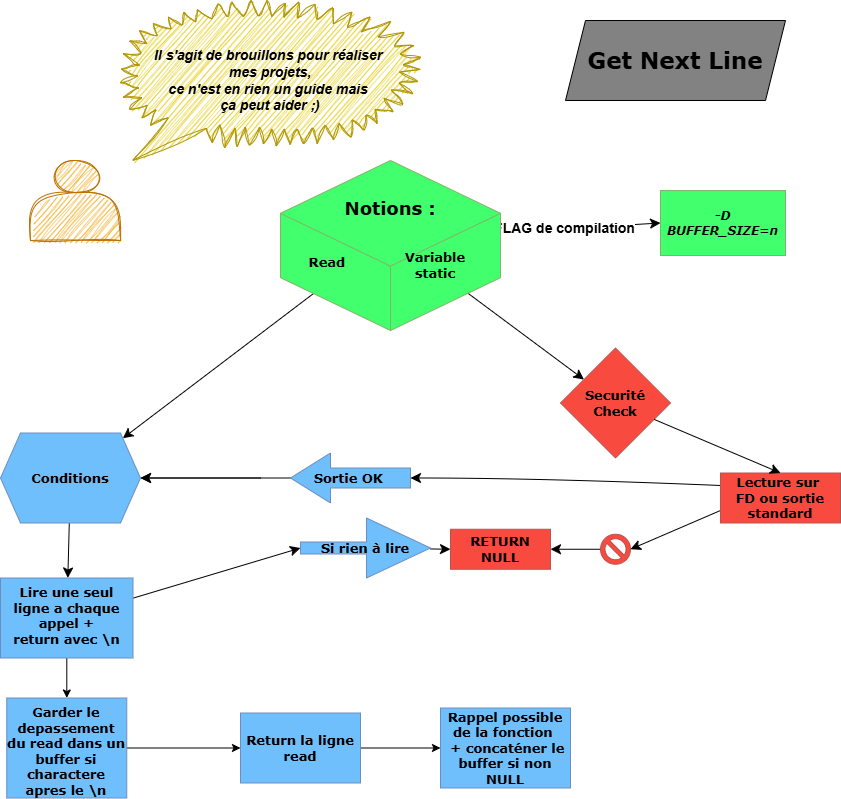
Before: getnext.drawio.png, a diagram exported from draw.io (Lyricallll/get_next_line). Source tidied: cells renumbered, new cells last; positions are measured from the earlier drawing's top-left corner, leaving out a move shared by most shapes.
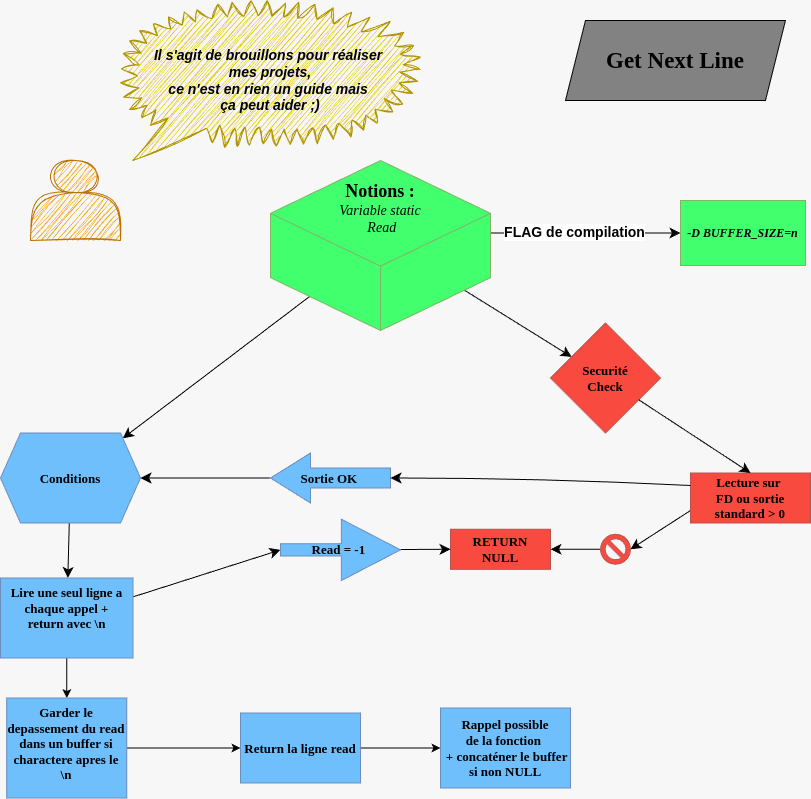
The same file after the commit.

Diff of the diagram source:
```diff
@@ -1,22 +1,22 @@
-<mxGraphModel>
+<mxGraphModel background="#F7F7F7">
   <root>
     <mxCell id="0" />
     <mxCell id="1" parent="0" />
-    <mxCell id="2" style="edgeStyle=none;curved=1;rounded=0;jettySize=auto;html=1;fontSize=12;startSize=8;endSize=8;exitX=0.866;exitY=0.824;exitDx=0;exitDy=0;exitPerimeter=0;fontFamily=Verdana;" parent="1" edge="1" target="5">
-      <mxGeometry relative="1" as="geometry">
-        <mxPoint x="460.5" y="287.6" as="sourcePoint" />
-      </mxGeometry>
-    </mxCell>
-    <mxCell id="3" style="edgeStyle=none;curved=1;rounded=0;jettySize=auto;html=1;fontSize=12;startSize=8;endSize=8;exitX=0.224;exitY=0.828;exitDx=0;exitDy=0;exitPerimeter=0;fontFamily=Verdana;" parent="1" edge="1" target="7">
-      <mxGeometry relative="1" as="geometry">
-        <mxPoint x="319.3" y="288.3" as="sourcePoint" />
-      </mxGeometry>
-    </mxCell>
+    <mxCell id="36" style="edgeStyle=none;curved=1;rounded=0;jettySize=auto;html=1;fontSize=12;startSize=8;endSize=8;exitX=0.866;exitY=0.824;exitDx=0;exitDy=0;exitPerimeter=0;fontFamily=Verdana;" parent="1" edge="1" target="5">
+      <mxGeometry relative="1" as="geometry">
+        <mxPoint x="460.5" y="287.6" as="sourcePoint" />
+      </mxGeometry>
+    </mxCell>
+    <mxCell id="37" style="edgeStyle=none;curved=1;rounded=0;jettySize=auto;html=1;fontSize=12;startSize=8;endSize=8;exitX=0.224;exitY=0.828;exitDx=0;exitDy=0;exitPerimeter=0;fontFamily=Verdana;" parent="1" edge="1" target="7">
+      <mxGeometry relative="1" as="geometry">
+        <mxPoint x="319.3" y="288.3" as="sourcePoint" />
+      </mxGeometry>
+    </mxCell>
     <mxCell id="4" value="Get Next Line" style="shape=parallelogram;perimeter=parallelogramPerimeter;whiteSpace=wrap;html=1;fixedSize=1;fontStyle=1;fontSize=23;fillColor=#828282;fontFamily=Verdana;" parent="1" vertex="1">
       <mxGeometry x="565" y="20" width="220" height="80" as="geometry" />
     </mxCell>
     <mxCell id="5" value="Securité&lt;div&gt;Check&lt;/div&gt;" style="rhombus;whiteSpace=wrap;html=1;fontSize=13;fontFamily=Verdana;verticalAlign=middle;fillColor=#F84A3E;fontStyle=1;startSize=26;swimlaneFillColor=#ffffff;rounded=0;shadow=0;comic=0;labelBackgroundColor=none;strokeWidth=1;strokeColor=#b85450;" parent="1" vertex="1">
-      <mxGeometry x="560" y="347.5" width="110" height="110" as="geometry" />
+      <mxGeometry x="550" y="322.5" width="110" height="110" as="geometry" />
     </mxCell>
     <mxCell id="6" style="edgeStyle=none;curved=1;rounded=0;jettySize=auto;html=1;fontSize=12;startSize=8;endSize=8;fontFamily=Verdana;" parent="1" edge="1" source="7" target="16">
       <mxGeometry relative="1" as="geometry" />
@@ -24,83 +24,77 @@
     <mxCell id="7" value="Conditions" style="shape=hexagon;perimeter=hexagonPerimeter2;whiteSpace=wrap;html=1;fixedSize=1;fontSize=13;fontFamily=Verdana;verticalAlign=middle;fillColor=#6FBFFC;fontStyle=1;startSize=26;swimlaneFillColor=#ffffff;rounded=0;shadow=0;comic=0;labelBackgroundColor=none;strokeWidth=1;strokeColor=#6c8ebf;" parent="1" vertex="1">
       <mxGeometry y="432.5" width="140" height="90" as="geometry" />
     </mxCell>
-    <mxCell id="8" style="edgeStyle=none;curved=1;rounded=0;jettySize=auto;html=1;fontSize=12;startSize=8;endSize=8;fontFamily=Verdana;strokeColor=default;entryX=0;entryY=0.5;entryDx=0;entryDy=0;" parent="1" edge="1" target="24">
-      <mxGeometry relative="1" as="geometry">
-        <mxPoint x="490" y="232.5" as="sourcePoint" />
-      </mxGeometry>
-    </mxCell>
+    <mxCell id="38" style="edgeStyle=none;curved=1;rounded=0;jettySize=auto;html=1;fontSize=12;startSize=8;endSize=8;fontFamily=Verdana;strokeColor=default;entryX=0;entryY=0.5;entryDx=0;entryDy=0;" parent="1" edge="1" target="24">
+      <mxGeometry relative="1" as="geometry">
+        <mxPoint x="490" y="232.5" as="sourcePoint" />
+      </mxGeometry>
+    </mxCell>
-    <mxCell id="9" value="&lt;b&gt;&lt;font style=&quot;font-size: 14px;&quot;&gt;FLAG de compilation&lt;/font&gt;&lt;/b&gt;" style="edgeLabel;html=1;align=center;verticalAlign=middle;" parent="8" vertex="1">
+    <mxCell id="9" value="&lt;b&gt;&lt;font style=&quot;font-size: 14px;&quot;&gt;FLAG de compilation&lt;/font&gt;&lt;/b&gt;" style="edgeLabel;html=1;align=center;verticalAlign=middle;" parent="38" vertex="1">
       <mxGeometry x="-0.13" y="1" relative="1" as="geometry" />
     </mxCell>
-    <mxCell id="10" value="&lt;div&gt;&lt;span style=&quot;font-size: 13px; text-wrap: nowrap; background-color: initial;&quot;&gt;&lt;br&gt;&lt;/span&gt;&lt;/div&gt;&lt;div&gt;&lt;span style=&quot;font-size: 13px; text-wrap: nowrap; background-color: initial;&quot;&gt;&lt;br&gt;&lt;/span&gt;&lt;/div&gt;&lt;div&gt;&lt;font style=&quot;font-size: 18px;&quot;&gt;&lt;span style=&quot;text-wrap: nowrap; background-color: initial;&quot;&gt;Notions :&lt;/span&gt;&lt;br&gt;&lt;/font&gt;&lt;/div&gt;&lt;div&gt;&lt;span style=&quot;font-size: 13px; text-wrap: nowrap; background-color: initial;&quot;&gt;&lt;br&gt;&lt;/span&gt;&lt;/div&gt;&lt;div&gt;&lt;span style=&quot;font-size: 13px; text-wrap: nowrap; background-color: initial;&quot;&gt;&lt;br&gt;&lt;/span&gt;&lt;/div&gt;&lt;div&gt;&lt;br&gt;&lt;/div&gt;&lt;div style=&quot;text-align: left;&quot;&gt;&lt;br&gt;&lt;/div&gt;" style="html=1;whiteSpace=wrap;shape=isoCube2;backgroundOutline=1;isoAngle=15;verticalAlign=top;fillColor=#42FF6E;strokeColor=#82b366;fontFamily=Verdana;fontStyle=1;" parent="1" vertex="1">
-      <mxGeometry x="280" y="160" width="220" height="170" as="geometry" />
-    </mxCell>
-    <mxCell id="11" value="&amp;nbsp; &amp;nbsp; &amp;nbsp; &amp;nbsp; Read" style="text;html=1;strokeColor=none;fillColor=none;align=left;verticalAlign=top;spacingLeft=1;spacingRight=4;whiteSpace=wrap;overflow=hidden;fontStyle=1;fontSize=13;spacingBottom=0;flipV=0;flipH=0;direction=west;fontFamily=Verdana;horizontal=1;" parent="1" vertex="1">
-      <mxGeometry x="270" y="247.5" width="110" height="30" as="geometry" />
-    </mxCell>
-    <mxCell id="12" value="Variable static&lt;br&gt;&#9;&#9;&lt;br&gt;" style="text;strokeColor=none;fillColor=none;align=center;verticalAlign=top;spacingLeft=4;spacingRight=4;whiteSpace=wrap;overflow=hidden;fontStyle=1;fontSize=13;fontFamily=Verdana;direction=west;html=1;" parent="1" vertex="1">
-      <mxGeometry x="380" y="242.5" width="110" height="145" as="geometry" />
-    </mxCell>
+    <mxCell id="39" value="&lt;div&gt;&lt;br&gt;&lt;/div&gt;&lt;div style=&quot;&quot;&gt;&lt;font style=&quot;font-size: 18px;&quot;&gt;Notions :&lt;/font&gt;&lt;/div&gt;&lt;div&gt;&lt;div style=&quot;text-align: left;&quot;&gt;&lt;span style=&quot;background-color: initial; font-weight: normal;&quot;&gt;&lt;i&gt;&lt;font style=&quot;font-size: 14px;&quot;&gt;Variable static&lt;/font&gt;&lt;/i&gt;&lt;/span&gt;&lt;/div&gt;&lt;/div&gt;&lt;div style=&quot;text-align: left;&quot;&gt;&lt;span style=&quot;background-color: initial; font-weight: normal;&quot;&gt;&lt;i&gt;&lt;font style=&quot;font-size: 14px;&quot;&gt;&amp;nbsp; &amp;nbsp; &amp;nbsp; &amp;nbsp; Read&lt;/font&gt;&lt;/i&gt;&lt;/span&gt;&lt;/div&gt;" style="html=1;whiteSpace=wrap;shape=isoCube2;backgroundOutline=1;isoAngle=15;verticalAlign=top;fillColor=#42FF6E;strokeColor=#82b366;fontFamily=Verdana;fontStyle=1;" parent="1" vertex="1">
+      <mxGeometry x="270" y="160" width="220" height="170" as="geometry" />
+    </mxCell>
     <mxCell id="13" value="RETURN&lt;div&gt;&lt;span style=&quot;background-color: initial;&quot;&gt;NULL&lt;/span&gt;&lt;br&gt;&lt;/div&gt;" style="rounded=0;whiteSpace=wrap;html=1;fontSize=13;fontFamily=Verdana;fillColor=#F84A3E;strokeColor=#b85450;fontStyle=1;startSize=26;swimlaneFillColor=#ffffff;shadow=0;comic=0;labelBackgroundColor=none;strokeWidth=1;align=center;verticalAlign=middle;fontColor=default;" parent="1" vertex="1">
       <mxGeometry x="450" y="528.8" width="100" height="40" as="geometry" />
     </mxCell>
-    <mxCell id="14" style="edgeStyle=none;curved=1;rounded=0;jettySize=auto;html=1;fontSize=12;startSize=8;endSize=8;entryX=0;entryY=0.5;entryDx=0;entryDy=0;entryPerimeter=0;fontFamily=Verdana;" parent="1" edge="1" source="16" target="18">
-      <mxGeometry relative="1" as="geometry" />
-    </mxCell>
+    <mxCell id="40" style="edgeStyle=none;curved=1;rounded=0;jettySize=auto;html=1;fontSize=12;startSize=8;endSize=8;entryX=0;entryY=0.5;entryDx=0;entryDy=0;entryPerimeter=0;fontFamily=Verdana;" parent="1" edge="1" source="16" target="42">
+      <mxGeometry relative="1" as="geometry" />
+    </mxCell>
     <mxCell id="15" style="edgeStyle=orthogonalEdgeStyle;rounded=0;jettySize=auto;html=1;" parent="1" edge="1" source="16" target="32">
       <mxGeometry relative="1" as="geometry" />
     </mxCell>
     <mxCell id="16" value="Lire une seul ligne a chaque app&lt;span style=&quot;background-color: initial;&quot;&gt;el +&lt;/span&gt;&lt;div&gt;return avec \n&lt;br&gt;&lt;div&gt;&lt;div&gt;&lt;br&gt;&lt;/div&gt;&lt;/div&gt;&lt;/div&gt;" style="whiteSpace=wrap;html=1;fontSize=13;fontFamily=Verdana;fillColor=#6FBFFC;strokeColor=#6c8ebf;fontStyle=1;startSize=26;swimlaneFillColor=#ffffff;rounded=0;shadow=0;comic=0;labelBackgroundColor=none;strokeWidth=1;verticalAlign=top;align=center;fontColor=default;" parent="1" vertex="1">
       <mxGeometry y="577.5" width="132.5" height="80" as="geometry" />
     </mxCell>
-    <mxCell id="17" style="edgeStyle=none;curved=1;rounded=0;jettySize=auto;html=1;entryX=0;entryY=0.5;entryDx=0;entryDy=0;fontSize=12;startSize=8;endSize=8;fontFamily=Verdana;" parent="1" edge="1" source="18" target="13">
-      <mxGeometry relative="1" as="geometry" />
-    </mxCell>
-    <mxCell id="18" value="Si rien à lire" style="shape=singleArrow;whiteSpace=wrap;html=1;arrowWidth=0.2;arrowSize=0.49230769230769234;fontSize=13;fontFamily=Verdana;verticalAlign=middle;fillColor=#6FBFFC;strokeColor=#6c8ebf;fontStyle=1;startSize=26;swimlaneFillColor=#ffffff;rounded=0;shadow=0;comic=0;labelBackgroundColor=none;strokeWidth=1;align=center;fontColor=default;" parent="1" vertex="1">
-      <mxGeometry x="300" y="517.5" width="130" height="60" as="geometry" />
-    </mxCell>
+    <mxCell id="41" style="edgeStyle=none;curved=1;rounded=0;jettySize=auto;html=1;entryX=0;entryY=0.5;entryDx=0;entryDy=0;fontSize=12;startSize=8;endSize=8;fontFamily=Verdana;" parent="1" edge="1" source="42" target="13">
+      <mxGeometry relative="1" as="geometry" />
+    </mxCell>
+    <mxCell id="42" value="&lt;div&gt;&lt;span style=&quot;background-color: initial;&quot;&gt;Read = &lt;/span&gt;&lt;span style=&quot;background-color: initial;&quot;&gt;-1&amp;nbsp;&lt;/span&gt;&lt;/div&gt;" style="shape=singleArrow;whiteSpace=wrap;html=1;arrowWidth=0.2;arrowSize=0.49230769230769234;fontSize=13;fontFamily=Verdana;verticalAlign=middle;fillColor=#6FBFFC;strokeColor=#6c8ebf;fontStyle=1;startSize=26;swimlaneFillColor=#ffffff;rounded=0;shadow=0;comic=0;labelBackgroundColor=none;strokeWidth=1;align=center;fontColor=default;" parent="1" vertex="1">
+      <mxGeometry x="280" y="518.8" width="120" height="61.2" as="geometry" />
+    </mxCell>
     <mxCell id="19" style="edgeStyle=orthogonalEdgeStyle;rounded=0;jettySize=auto;html=1;" parent="1" edge="1" source="20" target="33">
       <mxGeometry relative="1" as="geometry" />
     </mxCell>
     <mxCell id="20" value="Return la ligne read" style="whiteSpace=wrap;html=1;fontSize=13;fontFamily=Verdana;fillColor=#6FBFFC;strokeColor=#6c8ebf;fontStyle=1;startSize=26;swimlaneFillColor=#ffffff;rounded=0;shadow=0;comic=0;labelBackgroundColor=none;strokeWidth=1;align=center;verticalAlign=middle;fontColor=default;" parent="1" vertex="1">
       <mxGeometry x="240" y="712.5" width="120" height="70" as="geometry" />
     </mxCell>
-    <mxCell id="21" style="edgeStyle=none;curved=1;rounded=0;jettySize=auto;html=1;fontSize=12;startSize=8;endSize=8;fontFamily=Verdana;" parent="1" edge="1" source="29" target="13">
-      <mxGeometry relative="1" as="geometry" />
-    </mxCell>
-    <mxCell id="22" style="edgeStyle=none;curved=1;rounded=0;jettySize=auto;html=1;fontSize=12;startSize=8;endSize=8;entryX=1;entryY=0.5;entryDx=0;entryDy=0;entryPerimeter=0;fontFamily=Verdana;exitX=0;exitY=0.75;exitDx=0;exitDy=0;" parent="1" edge="1" source="23" target="29">
-      <mxGeometry relative="1" as="geometry" />
-    </mxCell>
-    <mxCell id="23" value="Lecture sur&amp;nbsp;&lt;div&gt;FD ou sortie standard&lt;/div&gt;" style="whiteSpace=wrap;html=1;fontSize=13;fontFamily=Verdana;fillColor=#F84A3E;strokeColor=#b85450;fontStyle=1;startSize=26;swimlaneFillColor=#ffffff;rounded=0;shadow=0;comic=0;labelBackgroundColor=none;strokeWidth=1;align=center;verticalAlign=middle;fontColor=default;" parent="1" vertex="1">
-      <mxGeometry x="720" y="472.5" width="120" height="50" as="geometry" />
-    </mxCell>
+    <mxCell id="43" style="edgeStyle=none;curved=1;rounded=0;jettySize=auto;html=1;fontSize=12;startSize=8;endSize=8;fontFamily=Verdana;" parent="1" edge="1" source="48" target="13">
+      <mxGeometry relative="1" as="geometry" />
+    </mxCell>
+    <mxCell id="44" style="edgeStyle=none;curved=1;rounded=0;jettySize=auto;html=1;fontSize=12;startSize=8;endSize=8;entryX=1;entryY=0.5;entryDx=0;entryDy=0;entryPerimeter=0;fontFamily=Verdana;exitX=0;exitY=0.75;exitDx=0;exitDy=0;" parent="1" edge="1" source="45" target="48">
+      <mxGeometry relative="1" as="geometry" />
+    </mxCell>
+    <mxCell id="45" value="Lecture sur&amp;nbsp;&lt;div&gt;FD ou sortie standard &amp;gt; 0&lt;/div&gt;" style="whiteSpace=wrap;html=1;fontSize=13;fontFamily=Verdana;fillColor=#F84A3E;strokeColor=#b85450;fontStyle=1;startSize=26;swimlaneFillColor=#ffffff;rounded=0;shadow=0;comic=0;labelBackgroundColor=none;strokeWidth=1;align=center;verticalAlign=middle;fontColor=default;" parent="1" vertex="1">
+      <mxGeometry x="690" y="472.5" width="120" height="50" as="geometry" />
+    </mxCell>
     <mxCell id="24" value="-D BUFFER_SIZE=n" style="whiteSpace=wrap;html=1;verticalAlign=middle;fillColor=#42FF6E;strokeColor=#82b366;fontStyle=3;fillStyle=auto;strokeWidth=1;perimeterSpacing=0;glass=0;rounded=0;shadow=0;align=center;fontFamily=Verdana;fontSize=12;fontColor=default;" parent="1" vertex="1">
-      <mxGeometry x="660" y="190" width="125" height="65" as="geometry" />
+      <mxGeometry x="680" y="200" width="125" height="65" as="geometry" />
     </mxCell>
-    <mxCell id="25" style="edgeStyle=none;curved=1;rounded=0;jettySize=auto;html=1;fontSize=12;startSize=8;endSize=8;entryX=0.5;entryY=0;entryDx=0;entryDy=0;strokeColor=default;fontFamily=Verdana;" parent="1" edge="1" source="5" target="23">
-      <mxGeometry relative="1" as="geometry" />
-    </mxCell>
-    <mxCell id="26" style="edgeStyle=none;curved=1;rounded=0;jettySize=auto;html=1;fontSize=12;startSize=8;endSize=8;entryX=1;entryY=0.5;entryDx=0;entryDy=0;fontFamily=Verdana;" parent="1" edge="1" target="7">
-      <mxGeometry relative="1" as="geometry">
-        <mxPoint x="260" y="477.5" as="sourcePoint" />
-      </mxGeometry>
-    </mxCell>
+    <mxCell id="46" style="edgeStyle=none;curved=1;rounded=0;jettySize=auto;html=1;fontSize=12;startSize=8;endSize=8;entryX=0.5;entryY=0;entryDx=0;entryDy=0;strokeColor=default;fontFamily=Verdana;" parent="1" edge="1" source="5" target="45">
+      <mxGeometry relative="1" as="geometry" />
+    </mxCell>
+    <mxCell id="47" style="edgeStyle=none;curved=1;rounded=0;jettySize=auto;html=1;fontSize=12;startSize=8;endSize=8;entryX=1;entryY=0.5;entryDx=0;entryDy=0;fontFamily=Verdana;" parent="1" edge="1" target="7">
+      <mxGeometry relative="1" as="geometry">
+        <mxPoint x="260" y="477.5" as="sourcePoint" />
+      </mxGeometry>
+    </mxCell>
     <mxCell id="27" style="edgeStyle=none;curved=1;rounded=0;jettySize=auto;html=1;fontSize=12;startSize=8;endSize=8;fontFamily=Verdana;" parent="1" edge="1" source="28" target="7">
       <mxGeometry relative="1" as="geometry" />
     </mxCell>
     <mxCell id="28" value="Sortie&lt;span style=&quot;background-color: initial;&quot;&gt;&amp;nbsp;OK&amp;nbsp;&lt;/span&gt;" style="html=1;shadow=0;dashed=0;align=center;verticalAlign=middle;shape=mxgraph.arrows2.arrow;dy=0.6;dx=40;flipH=1;notch=0;fillColor=#6FBFFC;strokeColor=#6c8ebf;fontStyle=1;fontSize=13;rounded=0;comic=0;strokeWidth=1;swimlaneFillColor=#ffffff;fontFamily=Verdana;fontColor=default;labelBackgroundColor=none;" parent="1" vertex="1">
-      <mxGeometry x="290" y="452.5" width="120" height="50" as="geometry" />
+      <mxGeometry x="270" y="452.5" width="120" height="50" as="geometry" />
     </mxCell>
-    <mxCell id="29" style="verticalLabelPosition=bottom;verticalAlign=middle;html=1;shape=mxgraph.basic.no_symbol;fillColor=#F84A3E;strokeColor=#b85450;rounded=0;shadow=0;comic=0;strokeWidth=1;align=center;swimlaneFillColor=#ffffff;fontFamily=Verdana;fontSize=13;fontColor=default;fontStyle=1;labelBackgroundColor=none;" parent="1" vertex="1">
-      <mxGeometry x="600" y="533.8" width="30" height="30" as="geometry" />
-    </mxCell>
-    <mxCell id="30" style="edgeStyle=none;curved=1;rounded=0;jettySize=auto;html=1;entryX=0;entryY=0.5;entryDx=0;entryDy=0;entryPerimeter=0;fontSize=12;startSize=8;endSize=8;fontFamily=Verdana;exitX=0;exitY=0.25;exitDx=0;exitDy=0;" parent="1" edge="1" source="23" target="28">
-      <mxGeometry relative="1" as="geometry">
-        <Array as="points">
-          <mxPoint x="540" y="477.5" />
-        </Array>
-      </mxGeometry>
-    </mxCell>
+    <mxCell id="48" style="verticalLabelPosition=bottom;verticalAlign=middle;html=1;shape=mxgraph.basic.no_symbol;fillColor=#F84A3E;strokeColor=#b85450;rounded=0;shadow=0;comic=0;strokeWidth=1;align=center;swimlaneFillColor=#ffffff;fontFamily=Verdana;fontSize=13;fontColor=default;fontStyle=1;labelBackgroundColor=none;" parent="1" vertex="1">
+      <mxGeometry x="600" y="533.8" width="30" height="30" as="geometry" />
+    </mxCell>
+    <mxCell id="49" style="edgeStyle=none;curved=1;rounded=0;jettySize=auto;html=1;entryX=0;entryY=0.5;entryDx=0;entryDy=0;entryPerimeter=0;fontSize=12;startSize=8;endSize=8;fontFamily=Verdana;exitX=0;exitY=0.25;exitDx=0;exitDy=0;" parent="1" edge="1" source="45" target="28">
+      <mxGeometry relative="1" as="geometry">
+        <Array as="points">
+          <mxPoint x="540" y="477.5" />
+        </Array>
+      </mxGeometry>
+    </mxCell>
     <mxCell id="31" style="edgeStyle=orthogonalEdgeStyle;rounded=0;jettySize=auto;html=1;entryX=0;entryY=0.5;entryDx=0;entryDy=0;" parent="1" edge="1" source="32" target="20">
       <mxGeometry relative="1" as="geometry" />
     </mxCell>
@@ -113,8 +107,8 @@
     <mxCell id="34" value="Il s'agit de brouillons pour réaliser&amp;nbsp;&lt;div&gt;mes projets,&lt;/div&gt;&lt;div&gt;ce n'est en rien un guide mais&amp;nbsp;&lt;/div&gt;&lt;div&gt;ça peut&amp;nbsp;&lt;span style=&quot;background-color: initial;&quot;&gt;aider ;)&lt;/span&gt;&lt;/div&gt;" style="whiteSpace=wrap;html=1;shape=mxgraph.basic.loud_callout;fontStyle=3;fillStyle=auto;sketch=1;curveFitting=1;jiggle=2;fillColor=#e3c800;fontColor=#000000;strokeColor=#B09500;fontSize=14;" parent="1" vertex="1">
       <mxGeometry x="120" width="300" height="160" as="geometry" />
     </mxCell>
-    <mxCell id="35" style="shape=actor;whiteSpace=wrap;html=1;fillColor=#f0a30a;fontColor=#000000;strokeColor=#BD7000;sketch=1;curveFitting=1;jiggle=2;" parent="1" vertex="1">
-      <mxGeometry x="30" y="160" width="90" height="80" as="geometry" />
-    </mxCell>
+    <mxCell id="50" style="shape=actor;whiteSpace=wrap;html=1;fillColor=#f0a30a;fontColor=#000000;strokeColor=#BD7000;sketch=1;curveFitting=1;jiggle=2;" parent="1" vertex="1">
+      <mxGeometry x="30" y="160" width="90" height="80" as="geometry" />
+    </mxCell>
   </root>
 </mxGraphModel>
```
